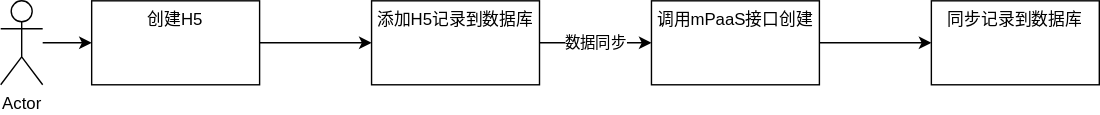
The draw.io diagram test.drawio.svg in cache9/drawio, before a commit. Source tidied: cells renumbered, new cells last; positions are measured from the earlier drawing's top-left corner, leaving out a move shared by most shapes.
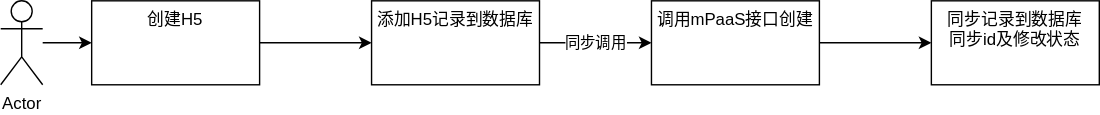
The same diagram one commit later.

Diff of the diagram source:
```diff
@@ -14,7 +14,7 @@
     <mxCell id="5" value="创建H5" style="whiteSpace=wrap;html=1;verticalAlign=top;" parent="1" vertex="1">
       <mxGeometry x="65" width="120" height="60" as="geometry" />
     </mxCell>
-    <mxCell id="6" value="数据同步" style="edgeStyle=orthogonalEdgeStyle;rounded=0;jettySize=auto;html=1;" parent="1" edge="1" source="7" target="9">
+    <mxCell id="6" value="同步调用" style="edgeStyle=orthogonalEdgeStyle;rounded=0;jettySize=auto;html=1;" parent="1" edge="1" source="7" target="9">
       <mxGeometry relative="1" as="geometry" />
     </mxCell>
     <mxCell id="7" value="添加H5记录到数据库" style="whiteSpace=wrap;html=1;verticalAlign=top;" parent="1" vertex="1">
@@ -26,7 +26,7 @@
     <mxCell id="9" value="调用mPaaS接口创建" style="whiteSpace=wrap;html=1;verticalAlign=top;" parent="1" vertex="1">
       <mxGeometry x="465" width="120" height="60" as="geometry" />
     </mxCell>
-    <mxCell id="10" value="同步记录到数据库" style="whiteSpace=wrap;html=1;verticalAlign=top;" parent="1" vertex="1">
+    <mxCell id="10" value="同步记录到数据库&lt;br&gt;同步id及修改状态" style="whiteSpace=wrap;html=1;verticalAlign=top;" parent="1" vertex="1">
       <mxGeometry x="665" width="120" height="60" as="geometry" />
     </mxCell>
   </root>
```
